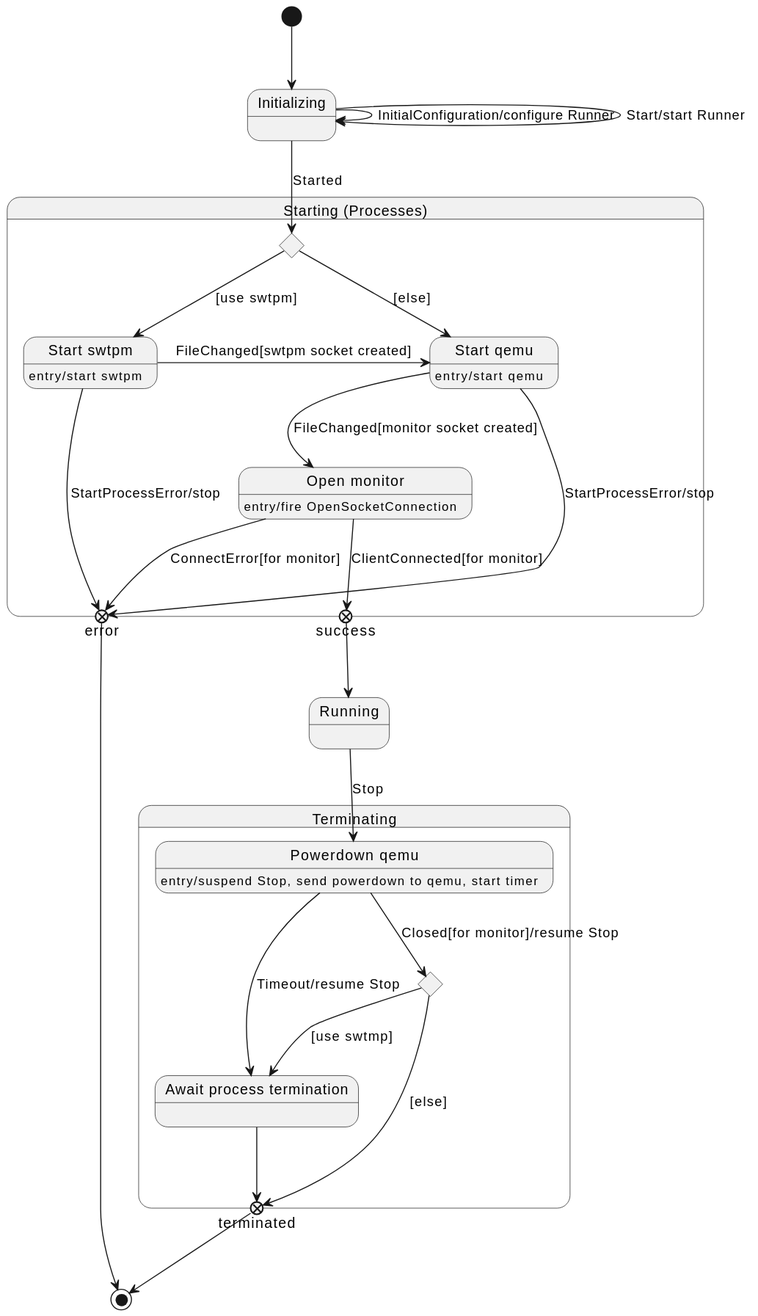
The PlantUML diagram latest-release/javadoc/org/jdrupes/vmoperator/runner/qemu/RunnerStates.svg in mnlipp/VM-Operator, before a commit. Its diagram source:
```plantuml
@startuml
[*] --> Initializing
 Initializing -> Initializing: InitialConfiguration/configure Runner
 Initializing -> Initializing: Start/start Runner

 state "Starting (Processes)" as StartingProcess {

     state which <<choice>>
     state "Start swtpm" as swtpm
     state "Start qemu" as qemu
     state "Open monitor" as monitor
     state success <<exitPoint>>
     state error <<exitPoint>>

     which --> swtpm: [use swtpm]
     which --> qemu: [else]

     swtpm: entry/start swtpm
     swtpm -> error: StartProcessError/stop
     swtpm -> qemu: FileChanged[swtpm socket created]

     qemu: entry/start qemu
     qemu -> error: StartProcessError/stop
     qemu --> monitor : FileChanged[monitor socket created]

     monitor: entry/fire OpenSocketConnection
     monitor --> success: ClientConnected[for monitor]
     monitor -> error: ConnectError[for monitor]
 }

 Initializing --> which: Started

 success --> Running
 error --> [*]

 state Terminating {
     state terminated <<exitPoint>>
     state which2 <<choice>>

     state "Powerdown qemu" as qemuPowerdown
     state "Await process termination" as terminateProcesses
     qemuPowerdown: entry/suspend Stop, send powerdown to qemu, start timer

     qemuPowerdown --> which2: Closed[for monitor]/resume Stop
     qemuPowerdown --> terminateProcesses: Timeout/resume Stop
     which2 --> terminateProcesses: [use swtmp]
     which2 --> terminated: [else]
     terminateProcesses --> terminated
 }

 Running --> qemuPowerdown: Stop
 terminated --> [*]
@enduml
```
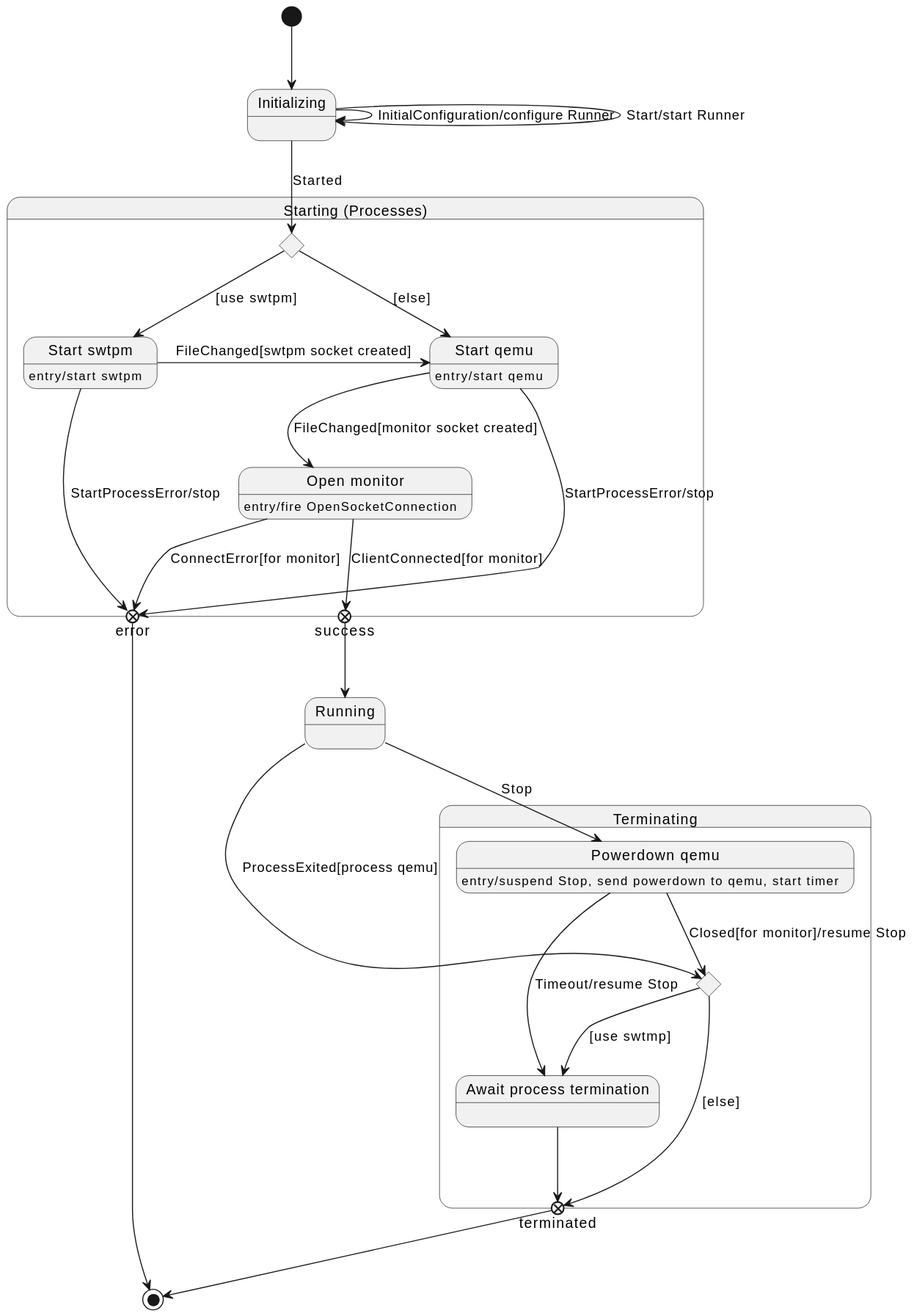
Above is the later version.

What changed in the source:
```diff
@@ -49,5 +49,7 @@
  }
 
  Running --> qemuPowerdown: Stop
+ Running --> which2: ProcessExited[process qemu]
+
  terminated --> [*]
 @enduml
```
